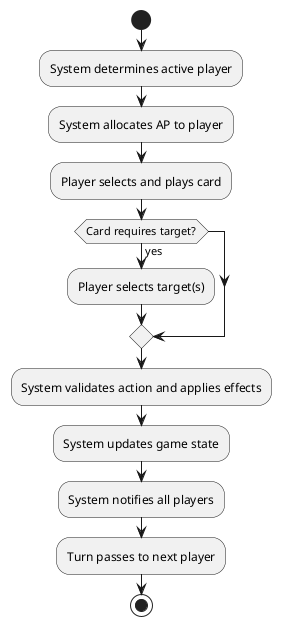
Above: documentation/new-docs/diagrams/module3/transaction3_2_activity.png in hiimghostine/darknet-duel (PlantUML), before the change. Its diagram source:
```plantuml
@startuml
start
:System determines active player;
:System allocates AP to player;
:Player selects and plays card;
if (Card requires target?) then (yes)
  :Player selects target(s);
endif
:System validates action and applies effects;
:System updates game state;
:System notifies all players;
:Turn passes to next player;
stop
@enduml
```
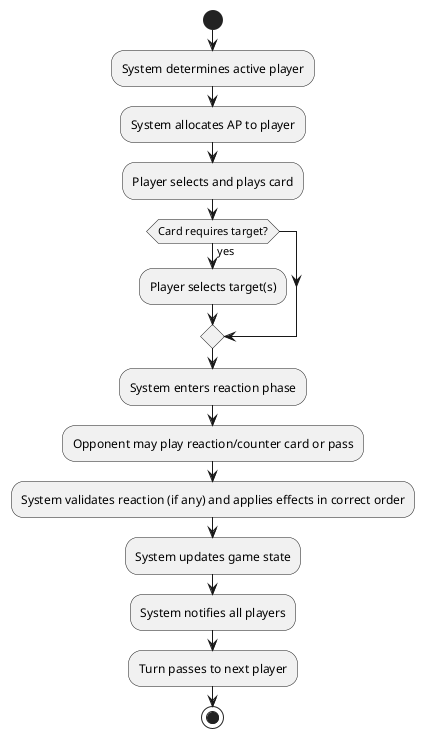
After the change.

Change to the diagram source:
```diff
@@ -6,7 +6,9 @@
 if (Card requires target?) then (yes)
   :Player selects target(s);
 endif
-:System validates action and applies effects;
+:System enters reaction phase;
+:Opponent may play reaction/counter card or pass;
+:System validates reaction (if any) and applies effects in correct order;
 :System updates game state;
 :System notifies all players;
 :Turn passes to next player;
```
